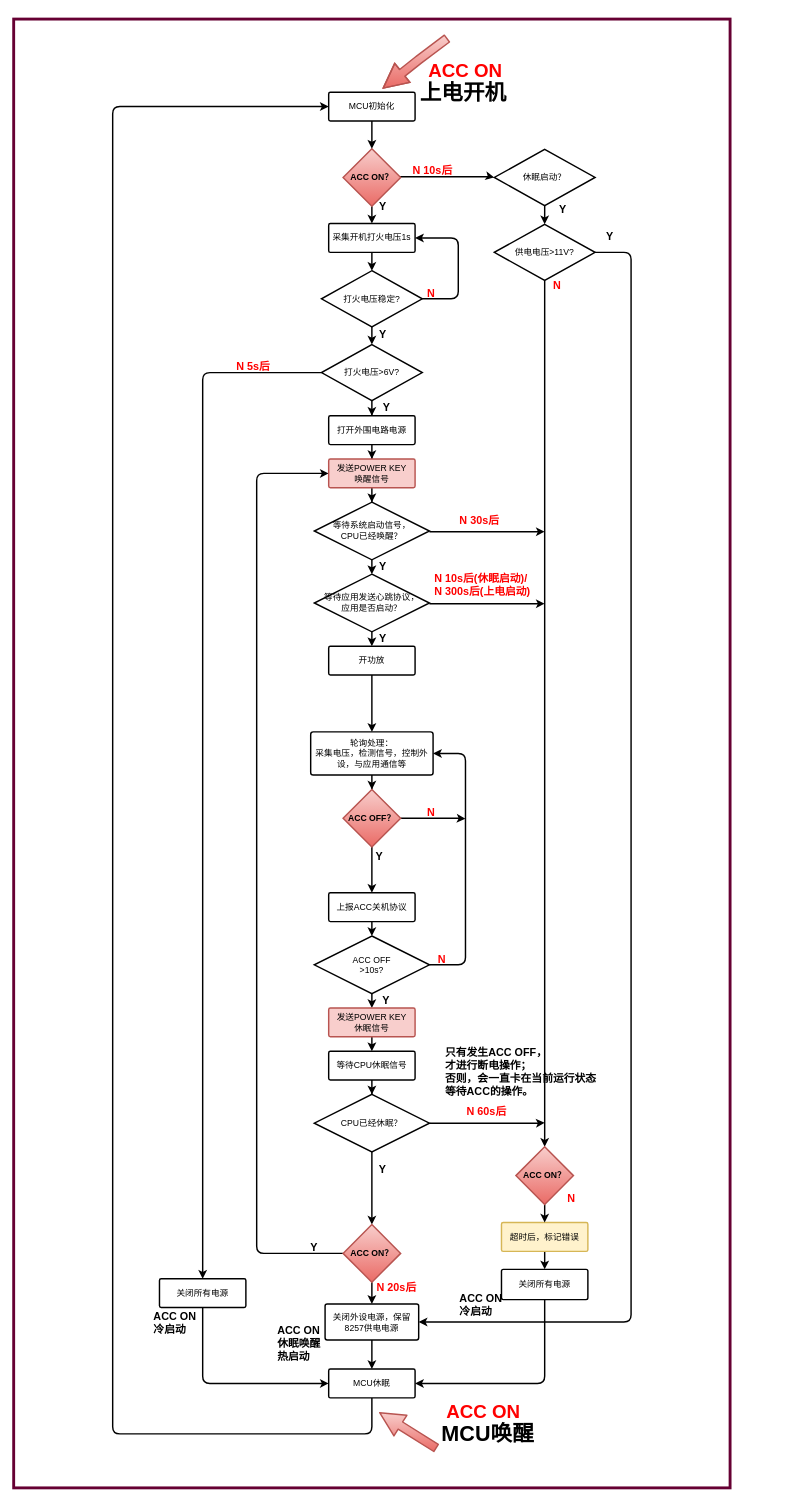
The draw.io diagram page "第 2 页" (2 of 3) of 009_XIUMING.drawio in yintianlan/Picture_Draw, before the edit. Source tidied: cells renumbered, new cells numbered last; positions are measured from the earlier drawing's top-left corner, leaving out a move shared by most shapes. Both pictures are drawn from the tidied source at 72%, with x=0, y=0 at pixel (13, 19).
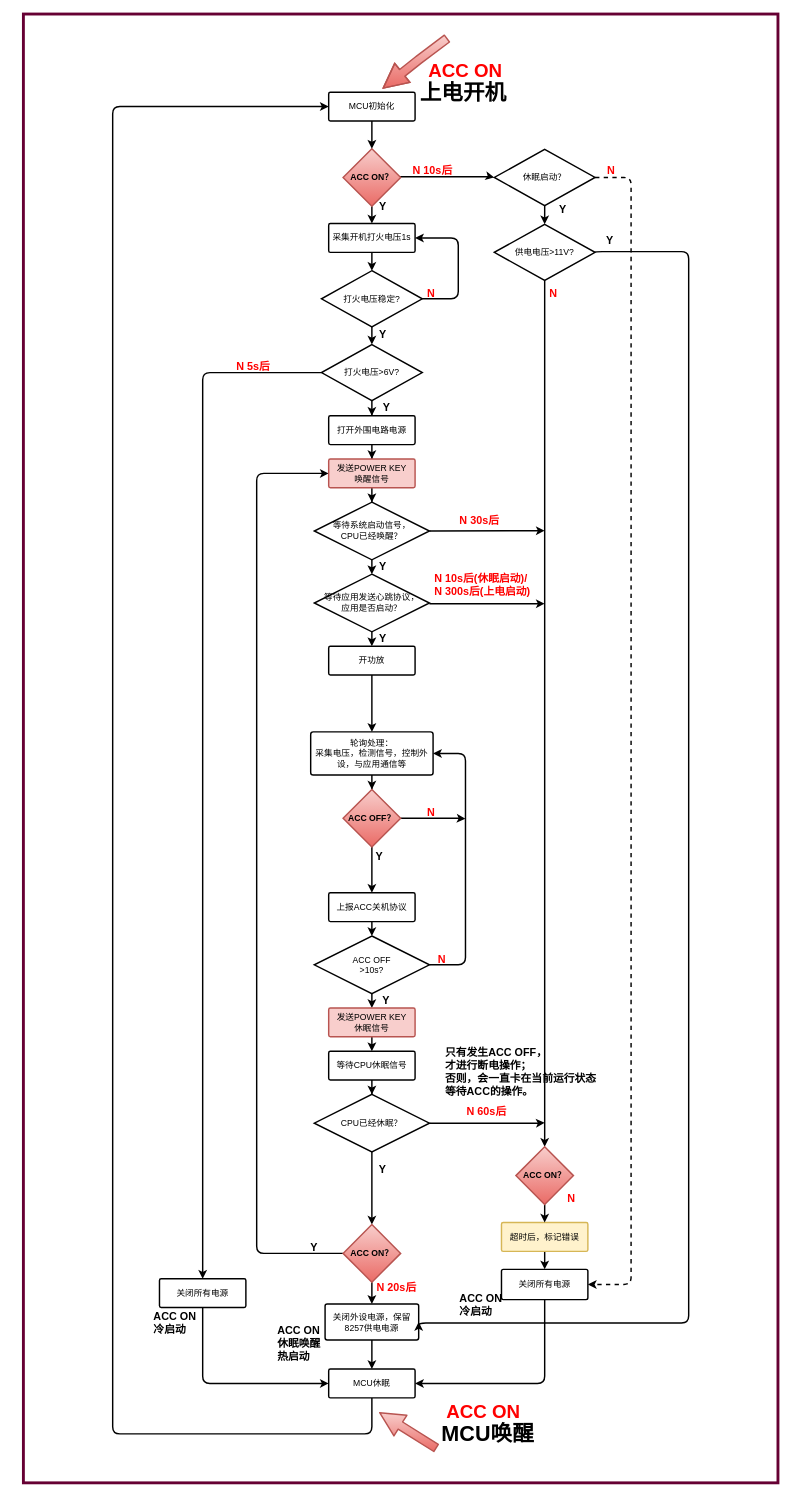
Above is the later version.

Unchanged cells that the change refers to:
```xml
<mxCell id="14" value="等待系统启动信号，&lt;br&gt;CPU已经唤醒？" style="strokeWidth=2;html=1;shape=mxgraph.flowchart.decision;whiteSpace=wrap;fillColor=#ffffff;fontFamily=Helvetica;align=center;strokeColor=#000000;" parent="1" vertex="1">
  <mxGeometry x="418" y="671" width="160" height="80" as="geometry" />
</mxCell>
<mxCell id="30" value="关闭外设电源，保留8257供电电源" style="strokeWidth=2;html=1;shape=mxgraph.flowchart.process;whiteSpace=wrap;fillColor=none;fontFamily=Helvetica;align=center;strokeColor=#000000;" parent="1" vertex="1">
  <mxGeometry x="433" y="1784.5" width="130" height="50" as="geometry" />
</mxCell>
<mxCell id="68" value="供电电压&amp;gt;11V?" style="strokeWidth=2;html=1;shape=mxgraph.flowchart.decision;whiteSpace=wrap;fillColor=#ffffff;fontFamily=Helvetica;align=center;strokeColor=#000000;" parent="1" vertex="1">
  <mxGeometry x="668" y="285" width="140" height="78" as="geometry" />
</mxCell>
<mxCell id="70" value="休眠启动？" style="strokeWidth=2;html=1;shape=mxgraph.flowchart.decision;whiteSpace=wrap;fillColor=#ffffff;fontFamily=Helvetica;align=center;strokeColor=#000000;" parent="1" vertex="1">
  <mxGeometry x="668" y="181" width="140" height="78" as="geometry" />
</mxCell>
<mxCell id="83" value="关闭所有电源" style="strokeWidth=2;html=1;shape=mxgraph.flowchart.process;whiteSpace=wrap;fillColor=none;fontFamily=Helvetica;align=center;strokeColor=#000000;" parent="1" vertex="1">
  <mxGeometry x="678" y="1736.5" width="120" height="42" as="geometry" />
</mxCell>
```

What changed in the source:
```diff
@@
     <mxCell id="3" style="rounded=0;whiteSpace=wrap;html=1;labelBackgroundColor=none;strokeColor=#660033;strokeWidth=4;fillColor=none;gradientColor=none;fontFamily=Helvetica;fontSize=15;align=center;" parent="1" vertex="1">
-      <mxGeometry x="0.5" width="995" height="2040" as="geometry" />
+      <mxGeometry x="14" y="-7" width="1048" height="2040" as="geometry" />
     </mxCell>
@@
-    <mxCell id="13" style="edgeStyle=orthogonalEdgeStyle;rounded=1;jettySize=auto;html=1;strokeWidth=2;" parent="1" edge="1" source="14">
-      <mxGeometry relative="1" as="geometry">
-        <mxPoint x="738" y="712" as="targetPoint" />
-        <Array as="points">
-          <mxPoint x="738" y="711" />
-        </Array>
-      </mxGeometry>
-    </mxCell>
+    <mxCell id="97" style="edgeStyle=orthogonalEdgeStyle;rounded=1;jettySize=auto;html=1;exitX=1;exitY=0.5;exitDx=0;exitDy=0;exitPerimeter=0;strokeWidth=2;" parent="1" edge="1" source="14">
+      <mxGeometry relative="1" as="geometry">
+        <mxPoint x="738" y="710.5" as="targetPoint" />
+      </mxGeometry>
+    </mxCell>
@@
     <mxCell id="67" style="edgeStyle=orthogonalEdgeStyle;rounded=1;jettySize=auto;html=1;exitX=1;exitY=0.5;exitDx=0;exitDy=0;exitPerimeter=0;strokeWidth=2;entryX=1;entryY=0.5;entryDx=0;entryDy=0;entryPerimeter=0;" parent="1" edge="1" source="68" target="30">
       <mxGeometry relative="1" as="geometry">
         <Array as="points">
-          <mxPoint x="858" y="324" />
-          <mxPoint x="858" y="1810" />
+          <mxPoint x="938" y="323" />
+          <mxPoint x="938" y="1811" />
         </Array>
       </mxGeometry>
     </mxCell>
@@
+    <mxCell id="98" style="edgeStyle=orthogonalEdgeStyle;rounded=1;jettySize=auto;html=1;exitX=1;exitY=0.5;exitDx=0;exitDy=0;exitPerimeter=0;strokeWidth=2;entryX=1;entryY=0.5;entryDx=0;entryDy=0;entryPerimeter=0;dashed=1;" parent="1" edge="1" source="70" target="83">
+      <mxGeometry relative="1" as="geometry">
+        <Array as="points">
+          <mxPoint x="858" y="220" />
+          <mxPoint x="858" y="1758" />
+        </Array>
+      </mxGeometry>
+    </mxCell>
@@
     <mxCell id="73" value="&lt;span style=&quot;font-size: 15px&quot;&gt;&lt;font color=&quot;#ff0000&quot;&gt;N&lt;/font&gt;&lt;/span&gt;" style="text;html=1;align=left;verticalAlign=top;spacingTop=-4;fontFamily=Helvetica;strokeWidth=2;fontSize=15;fontStyle=1;" parent="1" vertex="1">
-      <mxGeometry x="748" y="358.5" width="30" height="20" as="geometry" />
+      <mxGeometry x="743" y="368.5" width="30" height="20" as="geometry" />
     </mxCell>
+    <mxCell id="99" value="&lt;span style=&quot;font-size: 15px&quot;&gt;&lt;font color=&quot;#ff0000&quot;&gt;N&lt;/font&gt;&lt;/span&gt;" style="text;html=1;align=left;verticalAlign=top;spacingTop=-4;fontFamily=Helvetica;strokeWidth=2;fontSize=15;fontStyle=1;" parent="1" vertex="1">
+      <mxGeometry x="823" y="197.5" width="30" height="20" as="geometry" />
+    </mxCell>
@@
     <mxCell id="86" value="Y" style="text;html=1;align=center;verticalAlign=middle;spacingTop=-4;fontFamily=Helvetica;labelPosition=center;verticalLabelPosition=middle;strokeWidth=2;fontSize=15;fontStyle=1;" parent="1" vertex="1">
-      <mxGeometry x="818" y="299" width="20" height="10" as="geometry" />
+      <mxGeometry x="818" y="304" width="20" height="10" as="geometry" />
     </mxCell>
```
